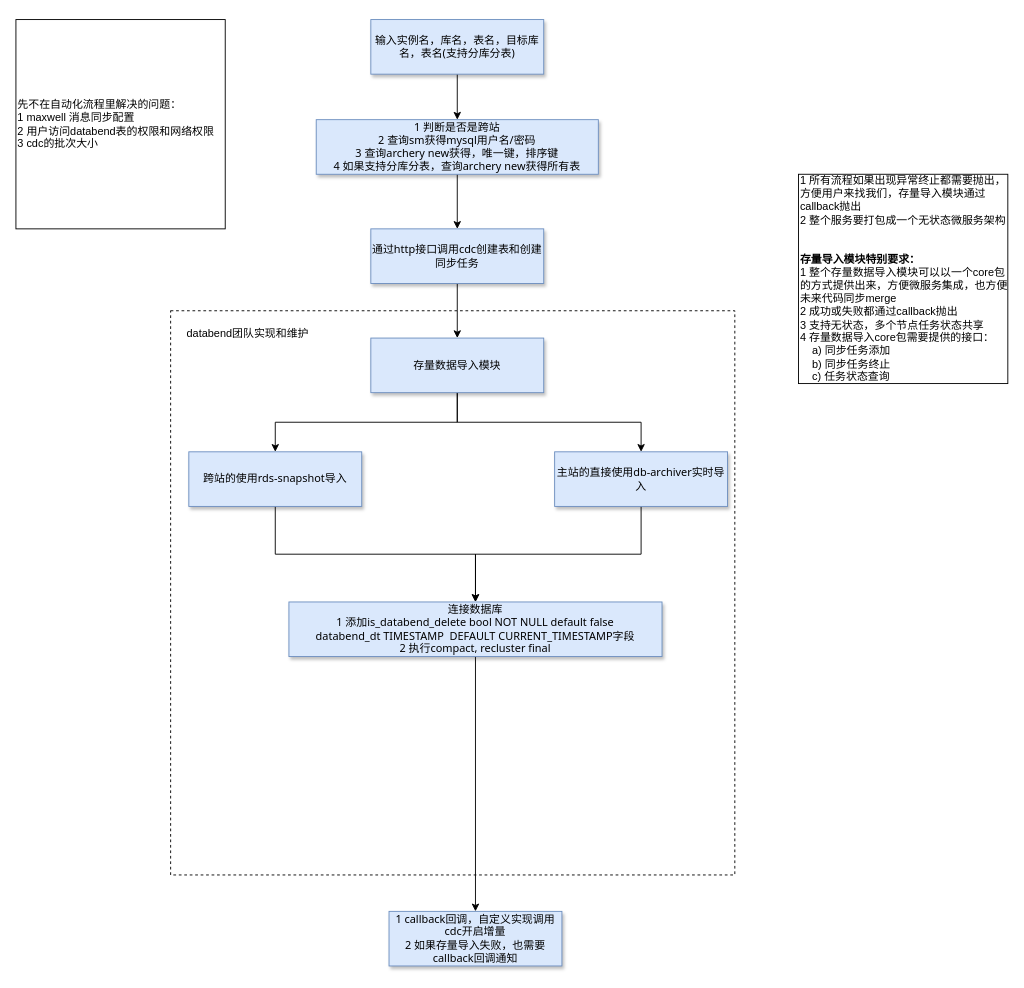
jackjoesh/databend keeps this draw.io diagram as doc/databend自动化数据导入流程.drawio. Above is the earlier version. Source tidied: cells renumbered, new cells numbered last; positions are measured from the earlier drawing's top-left corner, leaving out a move shared by most shapes. Both pictures are drawn from the tidied source at 91%, with x=0, y=0 at pixel (15, 19).
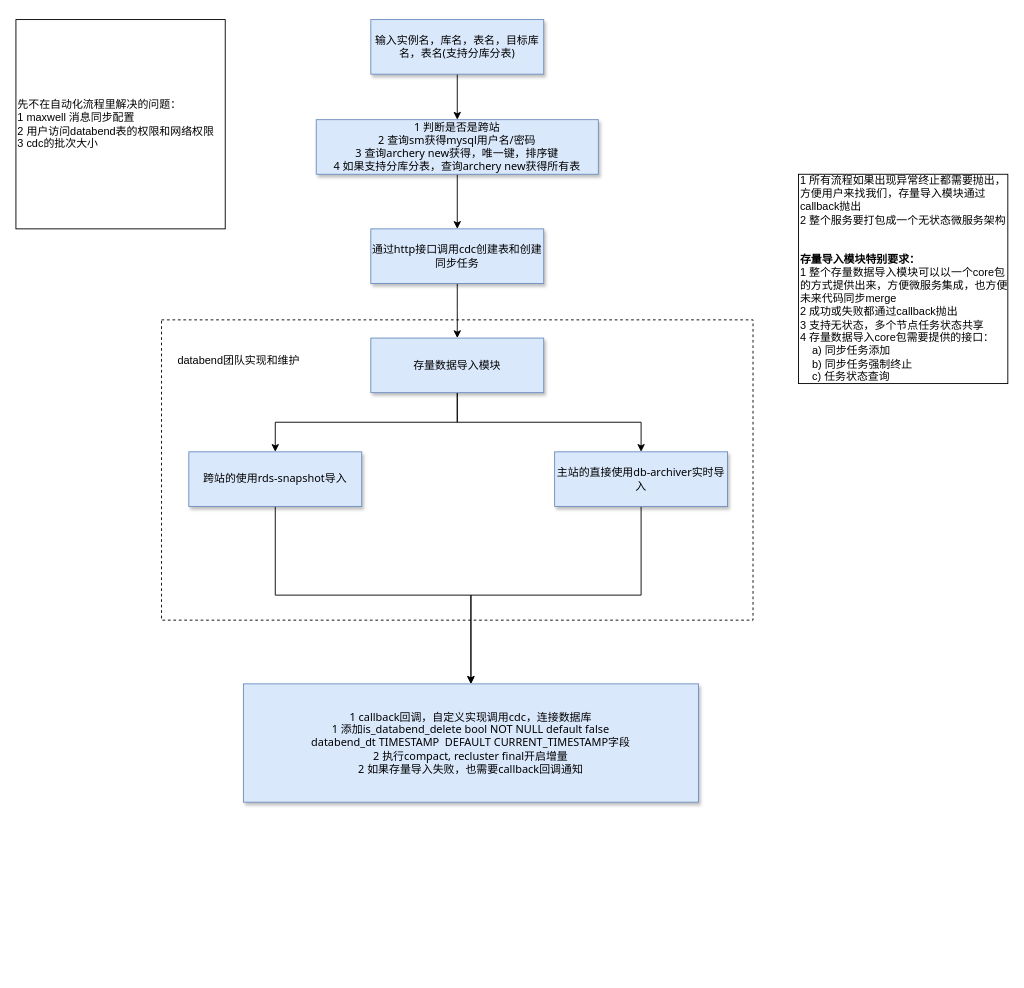
After the change.

Commit message:
更新databend自动化数据导入流程.drawio

The change refers to these unchanged cells:
```xml
<mxCell id="8" value="跨站的使用rds-snapshot导入" style="rounded=0;whiteSpace=wrap;html=1;fillColor=#dae8fc;strokeColor=#6c8ebf;shadow=1;fontFamily=Tahoma;" parent="1" vertex="1">
  <mxGeometry x="190" y="475" width="190" height="60" as="geometry" />
</mxCell>
<mxCell id="12" value="主站的直接使用db-archiver实时导入" style="rounded=0;whiteSpace=wrap;html=1;fillColor=#dae8fc;strokeColor=#6c8ebf;shadow=1;fontFamily=Tahoma;" parent="1" vertex="1">
  <mxGeometry x="592" y="475" width="190" height="60" as="geometry" />
</mxCell>
```

Change to the diagram source:
```diff
@@
-    <mxCell id="2" style="whiteSpace=wrap;html=1;dashed=1;" parent="1" vertex="1">
-      <mxGeometry x="170" y="320" width="620" height="620" as="geometry" />
-    </mxCell>
+    <mxCell id="22" style="rounded=0;whiteSpace=wrap;html=1;dashed=1;" parent="1" vertex="1">
+      <mxGeometry x="160" y="330" width="650" height="330" as="geometry" />
+    </mxCell>
@@
-    <mxCell id="7" style="edgeStyle=orthogonalEdgeStyle;rounded=0;jettySize=auto;html=1;exitX=0.5;exitY=1;exitDx=0;exitDy=0;entryX=0.5;entryY=0;entryDx=0;entryDy=0;" parent="1" edge="1" source="8" target="17">
+    <mxCell id="7" style="edgeStyle=orthogonalEdgeStyle;rounded=0;jettySize=auto;html=1;exitX=0.5;exitY=1;exitDx=0;exitDy=0;entryX=0.5;entryY=0;entryDx=0;entryDy=0;" parent="1" edge="1" source="8" target="18">
       <mxGeometry relative="1" as="geometry" />
     </mxCell>
@@
-    <mxCell id="11" style="edgeStyle=orthogonalEdgeStyle;rounded=0;jettySize=auto;html=1;exitX=0.5;exitY=1;exitDx=0;exitDy=0;entryX=0.5;entryY=0;entryDx=0;entryDy=0;" parent="1" edge="1" source="12" target="17">
+    <mxCell id="11" style="edgeStyle=orthogonalEdgeStyle;rounded=0;jettySize=auto;html=1;exitX=0.5;exitY=1;exitDx=0;exitDy=0;" parent="1" edge="1" source="12" target="18">
       <mxGeometry relative="1" as="geometry" />
     </mxCell>
@@
-    <mxCell id="16" style="edgeStyle=orthogonalEdgeStyle;rounded=0;jettySize=auto;html=1;exitX=0.5;exitY=1;exitDx=0;exitDy=0;" parent="1" edge="1" source="17" target="18">
-      <mxGeometry relative="1" as="geometry" />
-    </mxCell>
-    <mxCell id="17" value="连接数据库&lt;br&gt;1 添加&lt;span style=&quot;background-color: transparent;&quot;&gt;is_databend_delete bool NOT NULL default false&lt;/span&gt;&lt;div&gt;databend_dt TIMESTAMP&amp;nbsp; DEFAULT CURRENT_TIMESTAMP字段&lt;br&gt;2 执行compact, recluster final&lt;/div&gt;" style="rounded=0;whiteSpace=wrap;html=1;fillColor=#dae8fc;strokeColor=#6c8ebf;shadow=1;fontFamily=Tahoma;" parent="1" vertex="1">
-      <mxGeometry x="300" y="640" width="410" height="60" as="geometry" />
-    </mxCell>
-    <mxCell id="18" value="1 callback回调，自定义实现调用cdc开启增量&lt;div&gt;2 如果存量导入失败，也需要&lt;span style=&quot;background-color: transparent; color: light-dark(rgb(0, 0, 0), rgb(255, 255, 255));&quot;&gt;callback回调通知&lt;/span&gt;&lt;/div&gt;" style="rounded=0;whiteSpace=wrap;html=1;fillColor=#dae8fc;strokeColor=#6c8ebf;shadow=1;fontFamily=Tahoma;" parent="1" vertex="1">
-      <mxGeometry x="410" y="980" width="190" height="60" as="geometry" />
+    <mxCell id="18" value="1 callback回调，自定义实现调用cdc，连接数据库&lt;br&gt;1 添加&lt;span style=&quot;background-color: transparent;&quot;&gt;is_databend_delete bool NOT NULL default false&lt;/span&gt;&lt;div&gt;databend_dt TIMESTAMP&amp;nbsp; DEFAULT CURRENT_TIMESTAMP字段&lt;br&gt;2 执行compact, recluster final&lt;span style=&quot;background-color: transparent; color: light-dark(rgb(0, 0, 0), rgb(255, 255, 255));&quot;&gt;开启增量&lt;/span&gt;&lt;/div&gt;&lt;div&gt;&lt;div&gt;2 如果存量导入失败，也需要&lt;span style=&quot;background-color: transparent; color: light-dark(rgb(0, 0, 0), rgb(255, 255, 255));&quot;&gt;callback回调通知&lt;/span&gt;&lt;/div&gt;&lt;/div&gt;" style="rounded=0;whiteSpace=wrap;html=1;fillColor=#dae8fc;strokeColor=#6c8ebf;shadow=1;fontFamily=Tahoma;" parent="1" vertex="1">
+      <mxGeometry x="250" y="730" width="500" height="130" as="geometry" />
     </mxCell>
@@
-    <mxCell id="20" value="1 所有流程如果出现异常终止都需要抛出，方便用户来找我们，存量导入模块通过callback抛出&lt;br&gt;2 整个服务要打包成一个无状态微服务架构&lt;br&gt;&lt;br&gt;&lt;br&gt;&lt;b&gt;存量导入模块特别要求：&lt;br&gt;&lt;/b&gt;1 整个存量数据导入模块可以以一个core包的方式提供出来，方便微服务集成，也方便未来代码同步merge&lt;br&gt;2 成功或失败都通过callback抛出&lt;div&gt;3 支持无状态，多个节点任务状态共享&lt;br&gt;&lt;div&gt;4 存量数据导入core包需要提供的接口：&lt;/div&gt;&lt;div&gt;&amp;nbsp; &amp;nbsp; a) 同步任务添加&lt;br&gt;&amp;nbsp; &amp;nbsp; b) 同步任务终止&lt;br&gt;&amp;nbsp; &amp;nbsp; c) 任务状态查询&lt;/div&gt;&lt;/div&gt;" style="whiteSpace=wrap;html=1;align=left;" parent="1" vertex="1">
+    <mxCell id="20" value="1 所有流程如果出现异常终止都需要抛出，方便用户来找我们，存量导入模块通过callback抛出&lt;br&gt;2 整个服务要打包成一个无状态微服务架构&lt;br&gt;&lt;br&gt;&lt;br&gt;&lt;b&gt;存量导入模块特别要求：&lt;br&gt;&lt;/b&gt;1 整个存量数据导入模块可以以一个core包的方式提供出来，方便微服务集成，也方便未来代码同步merge&lt;br&gt;2 成功或失败都通过callback抛出&lt;div&gt;3 支持无状态，多个节点任务状态共享&lt;br&gt;&lt;div&gt;4 存量数据导入core包需要提供的接口：&lt;/div&gt;&lt;div&gt;&amp;nbsp; &amp;nbsp; a) 同步任务添加&lt;br&gt;&amp;nbsp; &amp;nbsp; b) 同步任务强制终止&lt;br&gt;&amp;nbsp; &amp;nbsp; c) 任务状态查询&lt;/div&gt;&lt;/div&gt;" style="whiteSpace=wrap;html=1;align=left;" parent="1" vertex="1">
       <mxGeometry x="860" y="170" width="230" height="230" as="geometry" />
     </mxCell>
     <mxCell id="21" value="databend团队实现和维护" style="text;html=1;align=center;verticalAlign=middle;whiteSpace=wrap;rounded=0;" parent="1" vertex="1">
-      <mxGeometry x="180" y="330" width="150" height="30" as="geometry" />
+      <mxGeometry x="170" y="360" width="150" height="30" as="geometry" />
     </mxCell>
+    <mxCell id="23" style="edgeStyle=orthogonalEdgeStyle;rounded=0;orthogonalLoop=1;jettySize=auto;html=1;exitX=0.5;exitY=1;exitDx=0;exitDy=0;" parent="1" edge="1">
+      <mxGeometry relative="1" as="geometry">
+        <mxPoint x="500" y="980" as="sourcePoint" />
+        <mxPoint x="500" y="980" as="targetPoint" />
+      </mxGeometry>
+    </mxCell>
```
